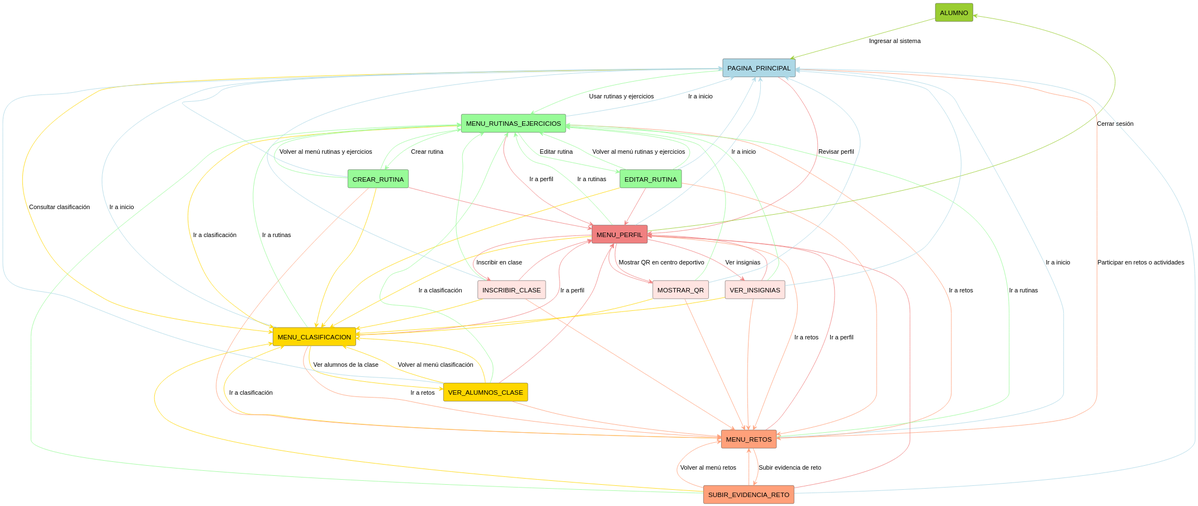
The PlantUML diagram Documentos/Imagenes/DiagramasContexto/AlumnosContexto.svg in mmasias/24-25-IdSw1-SDR, before a commit. Source of this version:
```plantuml
@startuml
!define RECTANGLE(x, color) rectangle x #color
RECTANGLE(ALUMNO, YellowGreen)
RECTANGLE(PAGINA_PRINCIPAL, LightBlue)

RECTANGLE(MENU_RUTINAS_EJERCICIOS, PaleGreen)
RECTANGLE(MENU_RETOS, LightSalmon)
RECTANGLE(MENU_CLASIFICACION, Gold)
RECTANGLE(MENU_PERFIL, LightCoral)

RECTANGLE(VER_INSIGNIAS, MistyRose)
RECTANGLE(INSCRIBIR_CLASE, MistyRose)
RECTANGLE(MOSTRAR_QR, MistyRose)
RECTANGLE(CREAR_RUTINA, PaleGreen)
RECTANGLE(EDITAR_RUTINA, PaleGreen)
RECTANGLE(SUBIR_EVIDENCIA_RETO, LightSalmon)
RECTANGLE(VER_ALUMNOS_CLASE, Gold)

ALUMNO -[#YellowGreen]-> PAGINA_PRINCIPAL : Ingresar al sistema
PAGINA_PRINCIPAL -[#PaleGreen]-> MENU_RUTINAS_EJERCICIOS : Usar rutinas y ejercicios
PAGINA_PRINCIPAL -[#LightSalmon]-> MENU_RETOS : Participar en retos o actividades
PAGINA_PRINCIPAL -[#Gold]-> MENU_CLASIFICACION : Consultar clasificación
PAGINA_PRINCIPAL -[#LightCoral]-> MENU_PERFIL : Revisar perfil

MENU_RUTINAS_EJERCICIOS -[#LightSalmon]-> MENU_RETOS : Ir a retos
MENU_RUTINAS_EJERCICIOS -[#Gold]-> MENU_CLASIFICACION : Ir a clasificación
MENU_RUTINAS_EJERCICIOS -[#LightCoral]-> MENU_PERFIL : Ir a perfil
MENU_RUTINAS_EJERCICIOS -[#LightBlue]-> PAGINA_PRINCIPAL : Ir a inicio

MENU_RETOS -[#PaleGreen]-> MENU_RUTINAS_EJERCICIOS : Ir a rutinas
MENU_RETOS -[#Gold]-> MENU_CLASIFICACION : Ir a clasificación
MENU_RETOS -[#LightCoral]-> MENU_PERFIL : Ir a perfil
MENU_RETOS -[#LightBlue]-> PAGINA_PRINCIPAL : Ir a inicio

MENU_CLASIFICACION -[#PaleGreen]-> MENU_RUTINAS_EJERCICIOS : Ir a rutinas
MENU_CLASIFICACION -[#LightSalmon]-> MENU_RETOS : Ir a retos
MENU_CLASIFICACION -[#LightCoral]-> MENU_PERFIL : Ir a perfil
MENU_CLASIFICACION -[#LightBlue]-> PAGINA_PRINCIPAL : Ir a inicio

MENU_PERFIL -[#PaleGreen]-> MENU_RUTINAS_EJERCICIOS : Ir a rutinas
MENU_PERFIL -[#LightSalmon]-> MENU_RETOS : Ir a retos
MENU_PERFIL -[#Gold]-> MENU_CLASIFICACION : Ir a clasificación
MENU_PERFIL -[#LightBlue]-> PAGINA_PRINCIPAL : Ir a inicio

MENU_RUTINAS_EJERCICIOS -[#PaleGreen]-> CREAR_RUTINA : Crear rutina
MENU_RUTINAS_EJERCICIOS -[#PaleGreen]-> EDITAR_RUTINA : Editar rutina
CREAR_RUTINA -[#PaleGreen]-> MENU_RUTINAS_EJERCICIOS : Volver al menú rutinas y ejercicios
EDITAR_RUTINA -[#PaleGreen]-> MENU_RUTINAS_EJERCICIOS : Volver al menú rutinas y ejercicios

MENU_RETOS -[#LightSalmon]-> SUBIR_EVIDENCIA_RETO : Subir evidencia de reto
SUBIR_EVIDENCIA_RETO -[#LightSalmon]-> MENU_RETOS : Volver al menú retos

MENU_CLASIFICACION -[#Gold]-> VER_ALUMNOS_CLASE : Ver alumnos de la clase
VER_ALUMNOS_CLASE -[#Gold]-> MENU_CLASIFICACION : Volver al menú clasificación

MENU_PERFIL -[#LightCoral]-> VER_INSIGNIAS : Ver insignias
MENU_PERFIL -[#LightCoral]-> INSCRIBIR_CLASE : Inscribir en clase
MENU_PERFIL -[#LightCoral]-> MOSTRAR_QR : Mostrar QR en centro deportivo
MENU_PERFIL -[#YellowGreen]-> ALUMNO : Cerrar sesión

CREAR_RUTINA -[#LightBlue]-> PAGINA_PRINCIPAL
CREAR_RUTINA -[#PaleGreen]-> MENU_RUTINAS_EJERCICIOS
CREAR_RUTINA -[#LightSalmon]-> MENU_RETOS
CREAR_RUTINA -[#Gold]-> MENU_CLASIFICACION
CREAR_RUTINA -[#LightCoral]-> MENU_PERFIL

EDITAR_RUTINA -[#LightBlue]-> PAGINA_PRINCIPAL
EDITAR_RUTINA -[#PaleGreen]-> MENU_RUTINAS_EJERCICIOS
EDITAR_RUTINA -[#LightSalmon]-> MENU_RETOS
EDITAR_RUTINA -[#Gold]-> MENU_CLASIFICACION
EDITAR_RUTINA -[#LightCoral]-> MENU_PERFIL

SUBIR_EVIDENCIA_RETO -[#LightBlue]-> PAGINA_PRINCIPAL
SUBIR_EVIDENCIA_RETO -[#PaleGreen]-> MENU_RUTINAS_EJERCICIOS
SUBIR_EVIDENCIA_RETO -[#LightSalmon]-> MENU_RETOS
SUBIR_EVIDENCIA_RETO -[#Gold]-> MENU_CLASIFICACION
SUBIR_EVIDENCIA_RETO -[#LightCoral]-> MENU_PERFIL

VER_ALUMNOS_CLASE -[#LightBlue]-> PAGINA_PRINCIPAL
VER_ALUMNOS_CLASE -[#PaleGreen]-> MENU_RUTINAS_EJERCICIOS
VER_ALUMNOS_CLASE -[#LightSalmon]-> MENU_RETOS
VER_ALUMNOS_CLASE -[#Gold]-> MENU_CLASIFICACION
VER_ALUMNOS_CLASE -[#LightCoral]-> MENU_PERFIL

VER_INSIGNIAS -[#LightBlue]-> PAGINA_PRINCIPAL
VER_INSIGNIAS -[#PaleGreen]-> MENU_RUTINAS_EJERCICIOS
VER_INSIGNIAS -[#LightSalmon]-> MENU_RETOS
VER_INSIGNIAS -[#Gold]-> MENU_CLASIFICACION
VER_INSIGNIAS -[#LightCoral]-> MENU_PERFIL

INSCRIBIR_CLASE -[#LightBlue]-> PAGINA_PRINCIPAL
INSCRIBIR_CLASE -[#PaleGreen]-> MENU_RUTINAS_EJERCICIOS
INSCRIBIR_CLASE -[#LightSalmon]-> MENU_RETOS
INSCRIBIR_CLASE -[#Gold]-> MENU_CLASIFICACION
INSCRIBIR_CLASE -[#LightCoral]-> MENU_PERFIL

MOSTRAR_QR -[#LightBlue]-> PAGINA_PRINCIPAL
MOSTRAR_QR -[#PaleGreen]-> MENU_RUTINAS_EJERCICIOS
MOSTRAR_QR -[#LightSalmon]-> MENU_RETOS
MOSTRAR_QR -[#Gold]-> MENU_CLASIFICACION
MOSTRAR_QR -[#LightCoral]-> MENU_PERFIL
@enduml
```
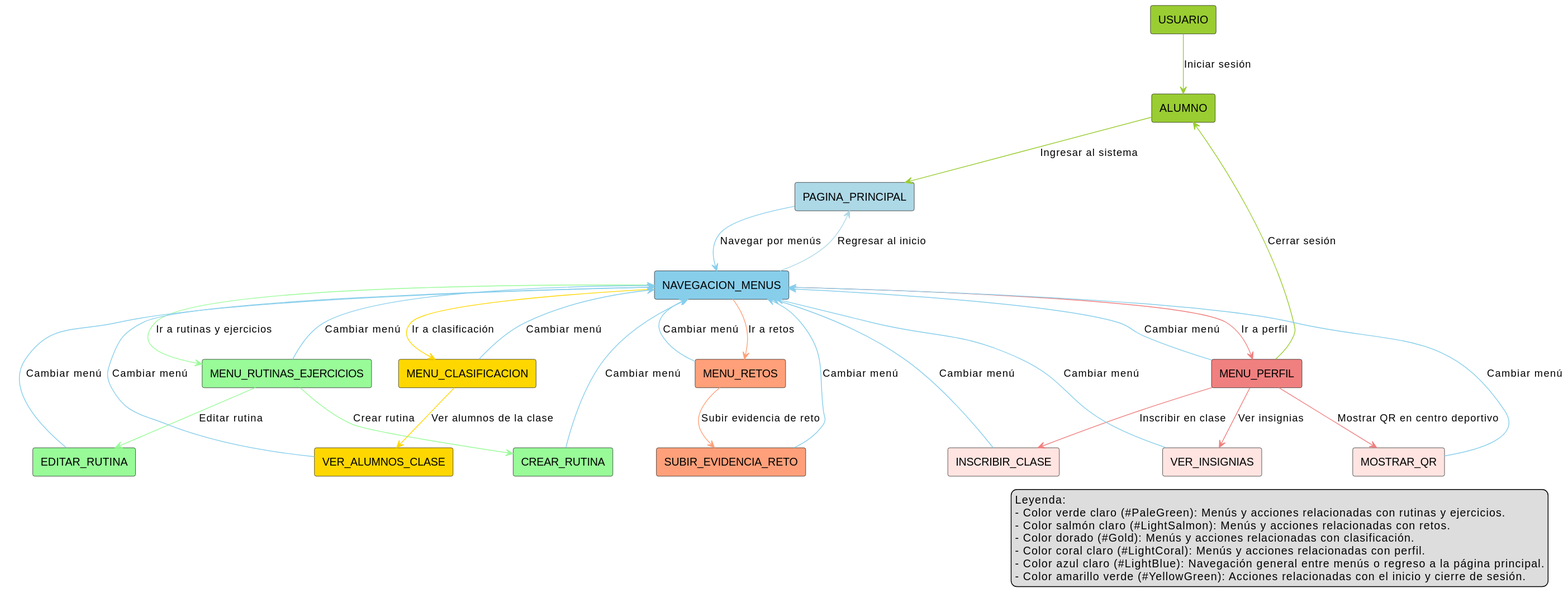
Above is the later version.

Commit message:
Alumnos Contexto

Diff of the diagram source:
```diff
@@ -1,7 +1,10 @@
 @startuml
 !define RECTANGLE(x, color) rectangle x #color
+
+RECTANGLE(USUARIO, YellowGreen)
 RECTANGLE(ALUMNO, YellowGreen)
 RECTANGLE(PAGINA_PRINCIPAL, LightBlue)
+RECTANGLE(NAVEGACION_MENUS, SkyBlue)
 
 RECTANGLE(MENU_RUTINAS_EJERCICIOS, PaleGreen)
 RECTANGLE(MENU_RETOS, LightSalmon)
@@ -16,87 +19,47 @@
 RECTANGLE(SUBIR_EVIDENCIA_RETO, LightSalmon)
 RECTANGLE(VER_ALUMNOS_CLASE, Gold)
 
+USUARIO -[#YellowGreen]-> ALUMNO: Iniciar sesión
 ALUMNO -[#YellowGreen]-> PAGINA_PRINCIPAL : Ingresar al sistema
-PAGINA_PRINCIPAL -[#PaleGreen]-> MENU_RUTINAS_EJERCICIOS : Usar rutinas y ejercicios
-PAGINA_PRINCIPAL -[#LightSalmon]-> MENU_RETOS : Participar en retos o actividades
-PAGINA_PRINCIPAL -[#Gold]-> MENU_CLASIFICACION : Consultar clasificación
-PAGINA_PRINCIPAL -[#LightCoral]-> MENU_PERFIL : Revisar perfil
+PAGINA_PRINCIPAL -[#SkyBlue]-> NAVEGACION_MENUS : Navegar por menús
 
-MENU_RUTINAS_EJERCICIOS -[#LightSalmon]-> MENU_RETOS : Ir a retos
-MENU_RUTINAS_EJERCICIOS -[#Gold]-> MENU_CLASIFICACION : Ir a clasificación
-MENU_RUTINAS_EJERCICIOS -[#LightCoral]-> MENU_PERFIL : Ir a perfil
-MENU_RUTINAS_EJERCICIOS -[#LightBlue]-> PAGINA_PRINCIPAL : Ir a inicio
-
-MENU_RETOS -[#PaleGreen]-> MENU_RUTINAS_EJERCICIOS : Ir a rutinas
-MENU_RETOS -[#Gold]-> MENU_CLASIFICACION : Ir a clasificación
-MENU_RETOS -[#LightCoral]-> MENU_PERFIL : Ir a perfil
-MENU_RETOS -[#LightBlue]-> PAGINA_PRINCIPAL : Ir a inicio
-
-MENU_CLASIFICACION -[#PaleGreen]-> MENU_RUTINAS_EJERCICIOS : Ir a rutinas
-MENU_CLASIFICACION -[#LightSalmon]-> MENU_RETOS : Ir a retos
-MENU_CLASIFICACION -[#LightCoral]-> MENU_PERFIL : Ir a perfil
-MENU_CLASIFICACION -[#LightBlue]-> PAGINA_PRINCIPAL : Ir a inicio
-
-MENU_PERFIL -[#PaleGreen]-> MENU_RUTINAS_EJERCICIOS : Ir a rutinas
-MENU_PERFIL -[#LightSalmon]-> MENU_RETOS : Ir a retos
-MENU_PERFIL -[#Gold]-> MENU_CLASIFICACION : Ir a clasificación
-MENU_PERFIL -[#LightBlue]-> PAGINA_PRINCIPAL : Ir a inicio
+NAVEGACION_MENUS -[#PaleGreen]-> MENU_RUTINAS_EJERCICIOS : Ir a rutinas y ejercicios
+NAVEGACION_MENUS -[#LightSalmon]-> MENU_RETOS : Ir a retos
+NAVEGACION_MENUS -[#Gold]-> MENU_CLASIFICACION : Ir a clasificación
+NAVEGACION_MENUS -[#LightCoral]-> MENU_PERFIL : Ir a perfil
+NAVEGACION_MENUS -[#LightBlue]-> PAGINA_PRINCIPAL : Regresar al inicio
 
 MENU_RUTINAS_EJERCICIOS -[#PaleGreen]-> CREAR_RUTINA : Crear rutina
 MENU_RUTINAS_EJERCICIOS -[#PaleGreen]-> EDITAR_RUTINA : Editar rutina
-CREAR_RUTINA -[#PaleGreen]-> MENU_RUTINAS_EJERCICIOS : Volver al menú rutinas y ejercicios
-EDITAR_RUTINA -[#PaleGreen]-> MENU_RUTINAS_EJERCICIOS : Volver al menú rutinas y ejercicios
+CREAR_RUTINA -[#SkyBlue]-> NAVEGACION_MENUS : Cambiar menú
+EDITAR_RUTINA -[#SkyBlue]-> NAVEGACION_MENUS : Cambiar menú
 
 MENU_RETOS -[#LightSalmon]-> SUBIR_EVIDENCIA_RETO : Subir evidencia de reto
-SUBIR_EVIDENCIA_RETO -[#LightSalmon]-> MENU_RETOS : Volver al menú retos
+SUBIR_EVIDENCIA_RETO -[#SkyBlue]-> NAVEGACION_MENUS : Cambiar menú
 
 MENU_CLASIFICACION -[#Gold]-> VER_ALUMNOS_CLASE : Ver alumnos de la clase
-VER_ALUMNOS_CLASE -[#Gold]-> MENU_CLASIFICACION : Volver al menú clasificación
+VER_ALUMNOS_CLASE -[#SkyBlue]-> NAVEGACION_MENUS : Cambiar menú
 
 MENU_PERFIL -[#LightCoral]-> VER_INSIGNIAS : Ver insignias
 MENU_PERFIL -[#LightCoral]-> INSCRIBIR_CLASE : Inscribir en clase
 MENU_PERFIL -[#LightCoral]-> MOSTRAR_QR : Mostrar QR en centro deportivo
 MENU_PERFIL -[#YellowGreen]-> ALUMNO : Cerrar sesión
+VER_INSIGNIAS -[#SkyBlue]-> NAVEGACION_MENUS : Cambiar menú
+INSCRIBIR_CLASE -[#SkyBlue]-> NAVEGACION_MENUS : Cambiar menú
+MOSTRAR_QR -[#SkyBlue]-> NAVEGACION_MENUS : Cambiar menú
 
-CREAR_RUTINA -[#LightBlue]-> PAGINA_PRINCIPAL
-CREAR_RUTINA -[#PaleGreen]-> MENU_RUTINAS_EJERCICIOS
-CREAR_RUTINA -[#LightSalmon]-> MENU_RETOS
-CREAR_RUTINA -[#Gold]-> MENU_CLASIFICACION
-CREAR_RUTINA -[#LightCoral]-> MENU_PERFIL
+MENU_PERFIL -[#SkyBlue]-> NAVEGACION_MENUS: Cambiar menú
+MENU_CLASIFICACION -[#SkyBlue]-> NAVEGACION_MENUS: Cambiar menú
+MENU_RETOS -[#SkyBlue]-> NAVEGACION_MENUS: Cambiar menú
+MENU_RUTINAS_EJERCICIOS -[#SkyBlue]-> NAVEGACION_MENUS: Cambiar menú
 
-EDITAR_RUTINA -[#LightBlue]-> PAGINA_PRINCIPAL
-EDITAR_RUTINA -[#PaleGreen]-> MENU_RUTINAS_EJERCICIOS
-EDITAR_RUTINA -[#LightSalmon]-> MENU_RETOS
-EDITAR_RUTINA -[#Gold]-> MENU_CLASIFICACION
-EDITAR_RUTINA -[#LightCoral]-> MENU_PERFIL
-
-SUBIR_EVIDENCIA_RETO -[#LightBlue]-> PAGINA_PRINCIPAL
-SUBIR_EVIDENCIA_RETO -[#PaleGreen]-> MENU_RUTINAS_EJERCICIOS
-SUBIR_EVIDENCIA_RETO -[#LightSalmon]-> MENU_RETOS
-SUBIR_EVIDENCIA_RETO -[#Gold]-> MENU_CLASIFICACION
-SUBIR_EVIDENCIA_RETO -[#LightCoral]-> MENU_PERFIL
-
-VER_ALUMNOS_CLASE -[#LightBlue]-> PAGINA_PRINCIPAL
-VER_ALUMNOS_CLASE -[#PaleGreen]-> MENU_RUTINAS_EJERCICIOS
-VER_ALUMNOS_CLASE -[#LightSalmon]-> MENU_RETOS
-VER_ALUMNOS_CLASE -[#Gold]-> MENU_CLASIFICACION
-VER_ALUMNOS_CLASE -[#LightCoral]-> MENU_PERFIL
-
-VER_INSIGNIAS -[#LightBlue]-> PAGINA_PRINCIPAL
-VER_INSIGNIAS -[#PaleGreen]-> MENU_RUTINAS_EJERCICIOS
-VER_INSIGNIAS -[#LightSalmon]-> MENU_RETOS
-VER_INSIGNIAS -[#Gold]-> MENU_CLASIFICACION
-VER_INSIGNIAS -[#LightCoral]-> MENU_PERFIL
-
-INSCRIBIR_CLASE -[#LightBlue]-> PAGINA_PRINCIPAL
-INSCRIBIR_CLASE -[#PaleGreen]-> MENU_RUTINAS_EJERCICIOS
-INSCRIBIR_CLASE -[#LightSalmon]-> MENU_RETOS
-INSCRIBIR_CLASE -[#Gold]-> MENU_CLASIFICACION
-INSCRIBIR_CLASE -[#LightCoral]-> MENU_PERFIL
-
-MOSTRAR_QR -[#LightBlue]-> PAGINA_PRINCIPAL
-MOSTRAR_QR -[#PaleGreen]-> MENU_RUTINAS_EJERCICIOS
-MOSTRAR_QR -[#LightSalmon]-> MENU_RETOS
-MOSTRAR_QR -[#Gold]-> MENU_CLASIFICACION
-MOSTRAR_QR -[#LightCoral]-> MENU_PERFIL
+legend right
+Leyenda:
+- Color verde claro (#PaleGreen): Menús y acciones relacionadas con rutinas y ejercicios.
+- Color salmón claro (#LightSalmon): Menús y acciones relacionadas con retos.
+- Color dorado (#Gold): Menús y acciones relacionadas con clasificación.
+- Color coral claro (#LightCoral): Menús y acciones relacionadas con perfil.
+- Color azul claro (#LightBlue): Navegación general entre menús o regreso a la página principal.
+- Color amarillo verde (#YellowGreen): Acciones relacionadas con el inicio y cierre de sesión.
+end legend
 @enduml
```
